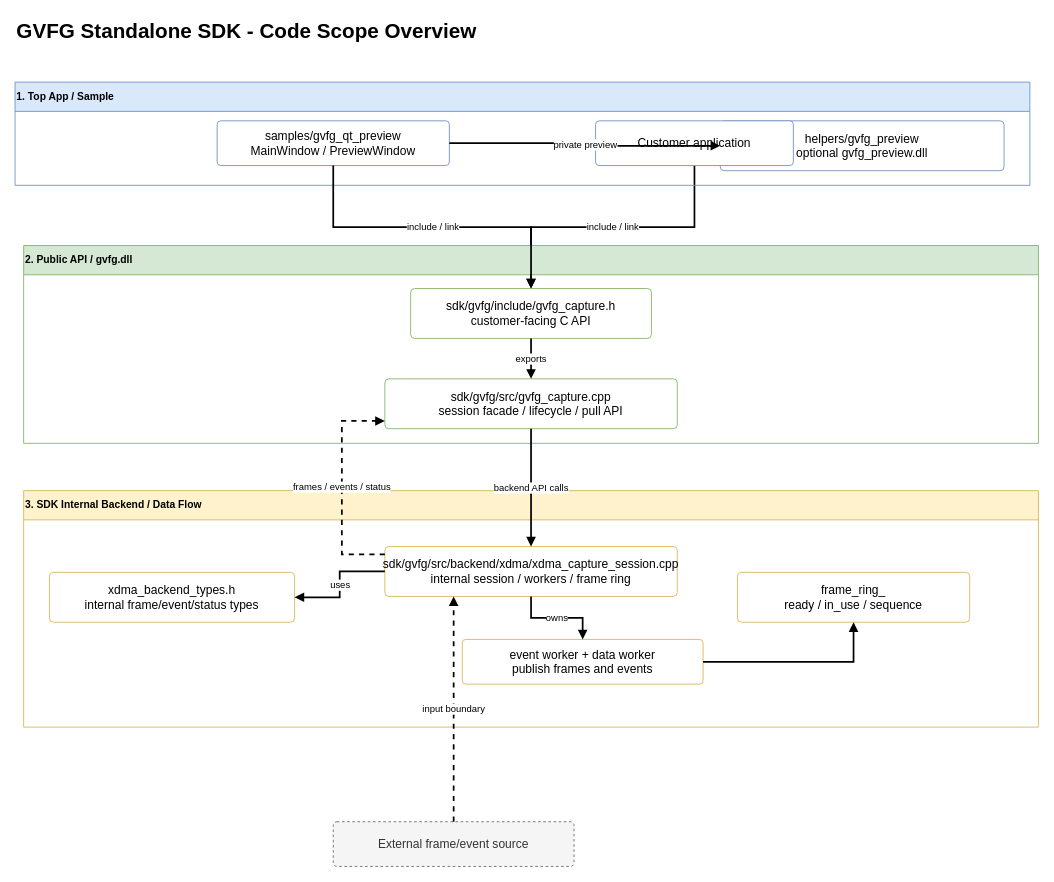
Earlier version of the draw.io diagram docs/GVFG_ARCHITECTURE_OVERVIEW.drawio (MarquezLin/GVFG_Standalone). Source tidied: cells renumbered, new cells numbered last; positions are measured from the earlier drawing's top-left corner, leaving out a move shared by most shapes. Both pictures are drawn from the tidied source at 86%, with x=0, y=0 at pixel (15, 15).
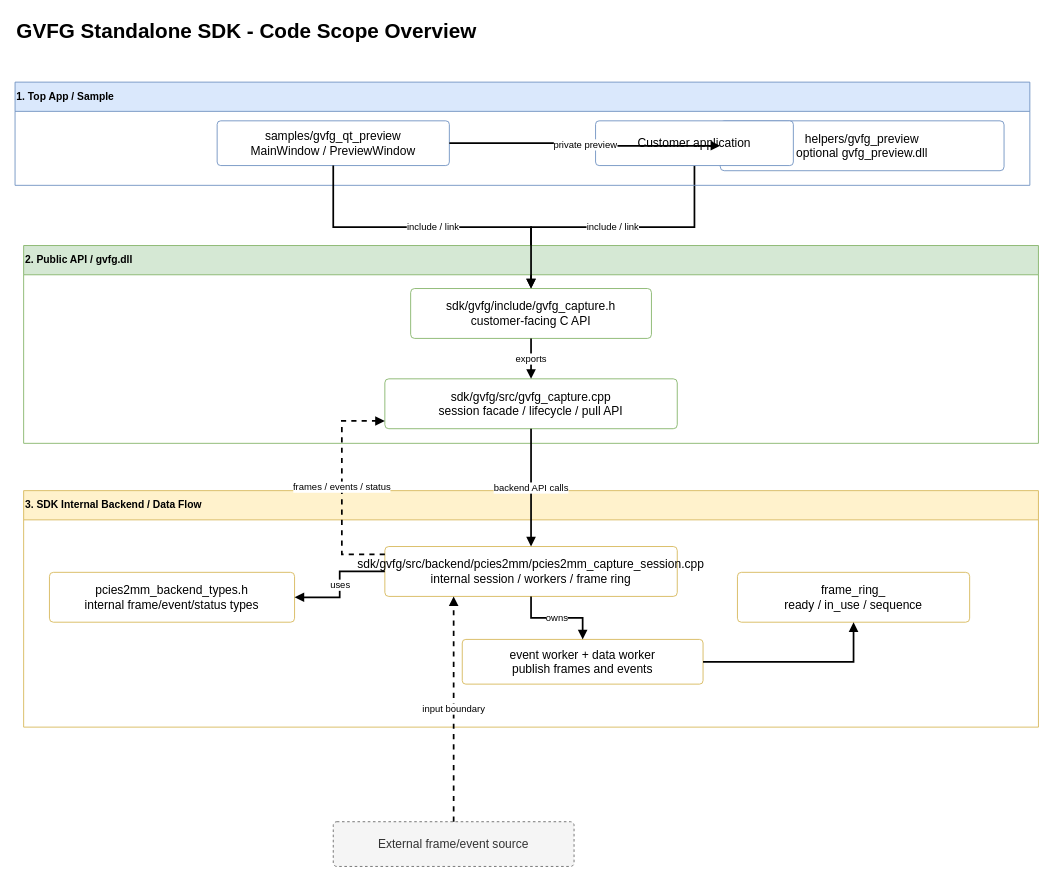
After the change.

Unchanged cells that the change refers to:
```xml
<mxCell id="8" value="3. SDK Internal Backend / Data Flow" style="swimlane;html=1;startSize=34;horizontal=1;fillColor=#fff2cc;strokeColor=#d6b656;fontStyle=1;align=left;" parent="1" vertex="1">
  <mxGeometry x="10" y="553" width="1180" height="275" as="geometry" />
</mxCell>
<mxCell id="10" value="event worker + data worker&lt;br&gt;publish frames and events" style="rounded=1;whiteSpace=wrap;html=1;arcSize=8;fillColor=#ffffff;strokeColor=#d6b656;fontSize=14;" parent="8" vertex="1">
  <mxGeometry x="510" y="173" width="280" height="52" as="geometry" />
</mxCell>
<mxCell id="16" value="sdk/gvfg/src/gvfg_capture.cpp&lt;br&gt;session facade / lifecycle / pull API" style="rounded=1;whiteSpace=wrap;html=1;arcSize=8;fillColor=#ffffff;strokeColor=#82b366;fontSize=14;" parent="1" vertex="1">
  <mxGeometry x="430" y="423" width="340" height="58" as="geometry" />
</mxCell>
<mxCell id="18" value="External frame/event source" style="rounded=1;whiteSpace=wrap;html=1;arcSize=8;fillColor=#f5f5f5;strokeColor=#666666;dashed=1;fontColor=#333333;fontSize=14;" parent="1" vertex="1">
  <mxGeometry x="370" y="938" width="280" height="52" as="geometry" />
</mxCell>
```

Change to the diagram source:
```diff
@@
-    <mxCell id="9" value="xdma_backend_types.h&lt;br&gt;internal frame/event/status types" style="rounded=1;whiteSpace=wrap;html=1;arcSize=8;fillColor=#ffffff;strokeColor=#d6b656;fontSize=14;" parent="8" vertex="1">
+    <mxCell id="9" value="pcies2mm_backend_types.h&lt;br&gt;internal frame/event/status types" style="rounded=1;whiteSpace=wrap;html=1;arcSize=8;fillColor=#ffffff;strokeColor=#d6b656;fontSize=14;" parent="8" vertex="1">
       <mxGeometry x="30" y="95" width="285" height="58" as="geometry" />
     </mxCell>
@@
-    <mxCell id="11" value="sdk/gvfg/src/backend/xdma/xdma_capture_session.cpp&lt;br&gt;internal session / workers / frame ring" style="rounded=1;whiteSpace=wrap;html=1;arcSize=8;fillColor=#ffffff;strokeColor=#d6b656;fontSize=14;" parent="8" vertex="1">
-      <mxGeometry x="420" y="65" width="340" height="58" as="geometry" />
-    </mxCell>
+    <mxCell id="26" value="sdk/gvfg/src/backend/pcies2mm/pcies2mm_capture_session.cpp&lt;br&gt;internal session / workers / frame ring" style="rounded=1;whiteSpace=wrap;html=1;arcSize=8;fillColor=#ffffff;strokeColor=#d6b656;fontSize=14;" parent="8" vertex="1">
+      <mxGeometry x="420" y="65" width="340" height="58" as="geometry" />
+    </mxCell>
-    <mxCell id="12" value="uses" style="edgeStyle=orthogonalEdgeStyle;rounded=0;jettySize=auto;html=1;endArrow=block;strokeWidth=2;" parent="8" edge="1" source="11" target="9">
+    <mxCell id="12" value="uses" style="edgeStyle=orthogonalEdgeStyle;rounded=0;jettySize=auto;html=1;endArrow=block;strokeWidth=2;" parent="8" edge="1" source="26" target="9">
       <mxGeometry relative="1" as="geometry" />
     </mxCell>
-    <mxCell id="13" value="owns" style="edgeStyle=orthogonalEdgeStyle;rounded=0;jettySize=auto;html=1;endArrow=block;strokeWidth=2;" parent="8" edge="1" source="11" target="10">
+    <mxCell id="13" value="owns" style="edgeStyle=orthogonalEdgeStyle;rounded=0;jettySize=auto;html=1;endArrow=block;strokeWidth=2;" parent="8" edge="1" source="26" target="10">
       <mxGeometry relative="1" as="geometry" />
     </mxCell>
@@
-    <mxCell id="22" value="backend API calls" style="edgeStyle=orthogonalEdgeStyle;rounded=0;jettySize=auto;html=1;endArrow=block;strokeWidth=2;" parent="1" edge="1" source="16" target="11">
+    <mxCell id="22" value="backend API calls" style="edgeStyle=orthogonalEdgeStyle;rounded=0;jettySize=auto;html=1;endArrow=block;strokeWidth=2;" parent="1" edge="1" source="16" target="26">
       <mxGeometry relative="1" as="geometry" />
     </mxCell>
@@
-    <mxCell id="24" value="frames / events / status" style="edgeStyle=orthogonalEdgeStyle;rounded=0;jettySize=auto;html=1;endArrow=block;strokeWidth=2;dashed=1;" parent="1" edge="1" source="11" target="16">
+    <mxCell id="24" value="frames / events / status" style="edgeStyle=orthogonalEdgeStyle;rounded=0;jettySize=auto;html=1;endArrow=block;strokeWidth=2;dashed=1;" parent="1" edge="1" source="26" target="16">
       <mxGeometry relative="1" as="geometry">
         <Array as="points">
           <mxPoint x="380" y="627" />
           <mxPoint x="380" y="472" />
         </Array>
       </mxGeometry>
     </mxCell>
-    <mxCell id="25" value="input boundary" style="edgeStyle=orthogonalEdgeStyle;rounded=0;jettySize=auto;html=1;endArrow=block;strokeWidth=2;dashed=1;" parent="1" edge="1" source="18" target="11">
+    <mxCell id="25" value="input boundary" style="edgeStyle=orthogonalEdgeStyle;rounded=0;jettySize=auto;html=1;endArrow=block;strokeWidth=2;dashed=1;" parent="1" edge="1" source="18" target="26">
       <mxGeometry relative="1" as="geometry">
         <Array as="points">
           <mxPoint x="510" y="818" />
           <mxPoint x="510" y="818" />
         </Array>
       </mxGeometry>
     </mxCell>
```
